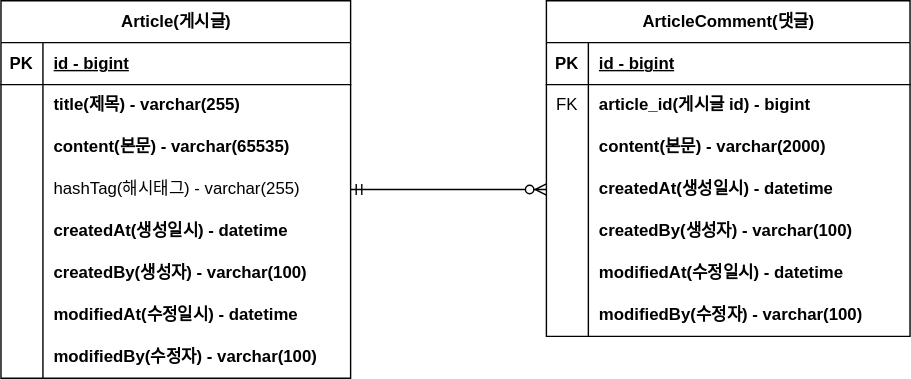
khie74/fastcampus-project-board keeps this draw.io diagram as document/project-board-erd.svg. Above is the earlier version. Source tidied: cells renumbered, new cells last; positions are measured from the earlier drawing's top-left corner, leaving out a move shared by most shapes.
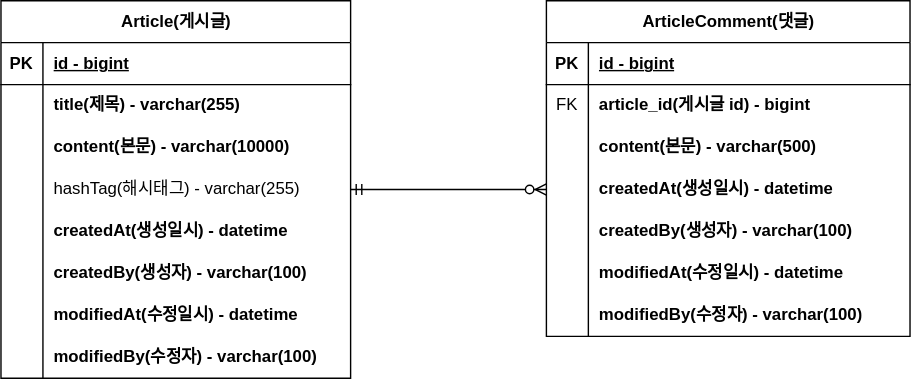
Later version of the same file.

Commit message:
#12- erd변경 content size 변경 project-board-erd.svg 업데이트

Diff of the diagram source:
```diff
@@ -29,7 +29,7 @@
     <mxCell id="10" style="shape=partialRectangle;fillColor=none;top=0;left=0;bottom=0;right=0;overflow=hidden;whiteSpace=wrap;html=1;" parent="9" vertex="1">
       <mxGeometry width="30" height="30" as="geometry" />
     </mxCell>
-    <mxCell id="11" value="&lt;b&gt;content(본문) - varchar(65535)&lt;/b&gt;" style="shape=partialRectangle;fillColor=none;top=0;left=0;bottom=0;right=0;align=left;spacingLeft=6;overflow=hidden;whiteSpace=wrap;html=1;" parent="9" vertex="1">
+    <mxCell id="11" value="&lt;b&gt;content(본문) - varchar(10000)&lt;/b&gt;" style="shape=partialRectangle;fillColor=none;top=0;left=0;bottom=0;right=0;align=left;spacingLeft=6;overflow=hidden;whiteSpace=wrap;html=1;" parent="9" vertex="1">
       <mxGeometry x="30" width="220" height="30" as="geometry" />
     </mxCell>
     <mxCell id="12" style="shape=tableRow;horizontal=0;startSize=0;swimlaneHead=0;swimlaneBody=0;fillColor=none;points=[[0,0.5],[1,0.5]];portConstraint=eastwest;top=0;left=0;right=0;bottom=0;" parent="2" vertex="1">
@@ -104,7 +104,7 @@
     <mxCell id="35" style="shape=partialRectangle;fillColor=none;top=0;left=0;bottom=0;right=0;overflow=hidden;whiteSpace=wrap;html=1;" parent="34" vertex="1">
       <mxGeometry width="30" height="30" as="geometry" />
     </mxCell>
-    <mxCell id="36" value="&lt;b&gt;content(본문) - varchar(2000)&lt;/b&gt;" style="shape=partialRectangle;fillColor=none;top=0;left=0;bottom=0;right=0;align=left;spacingLeft=6;overflow=hidden;whiteSpace=wrap;html=1;" parent="34" vertex="1">
+    <mxCell id="36" value="&lt;b&gt;content(본문) - varchar(500)&lt;/b&gt;" style="shape=partialRectangle;fillColor=none;top=0;left=0;bottom=0;right=0;align=left;spacingLeft=6;overflow=hidden;whiteSpace=wrap;html=1;" parent="34" vertex="1">
       <mxGeometry x="30" width="230" height="30" as="geometry" />
     </mxCell>
     <mxCell id="37" style="shape=tableRow;horizontal=0;startSize=0;swimlaneHead=0;swimlaneBody=0;fillColor=none;points=[[0,0.5],[1,0.5]];portConstraint=eastwest;top=0;left=0;right=0;bottom=0;" parent="27" vertex="1">
```
